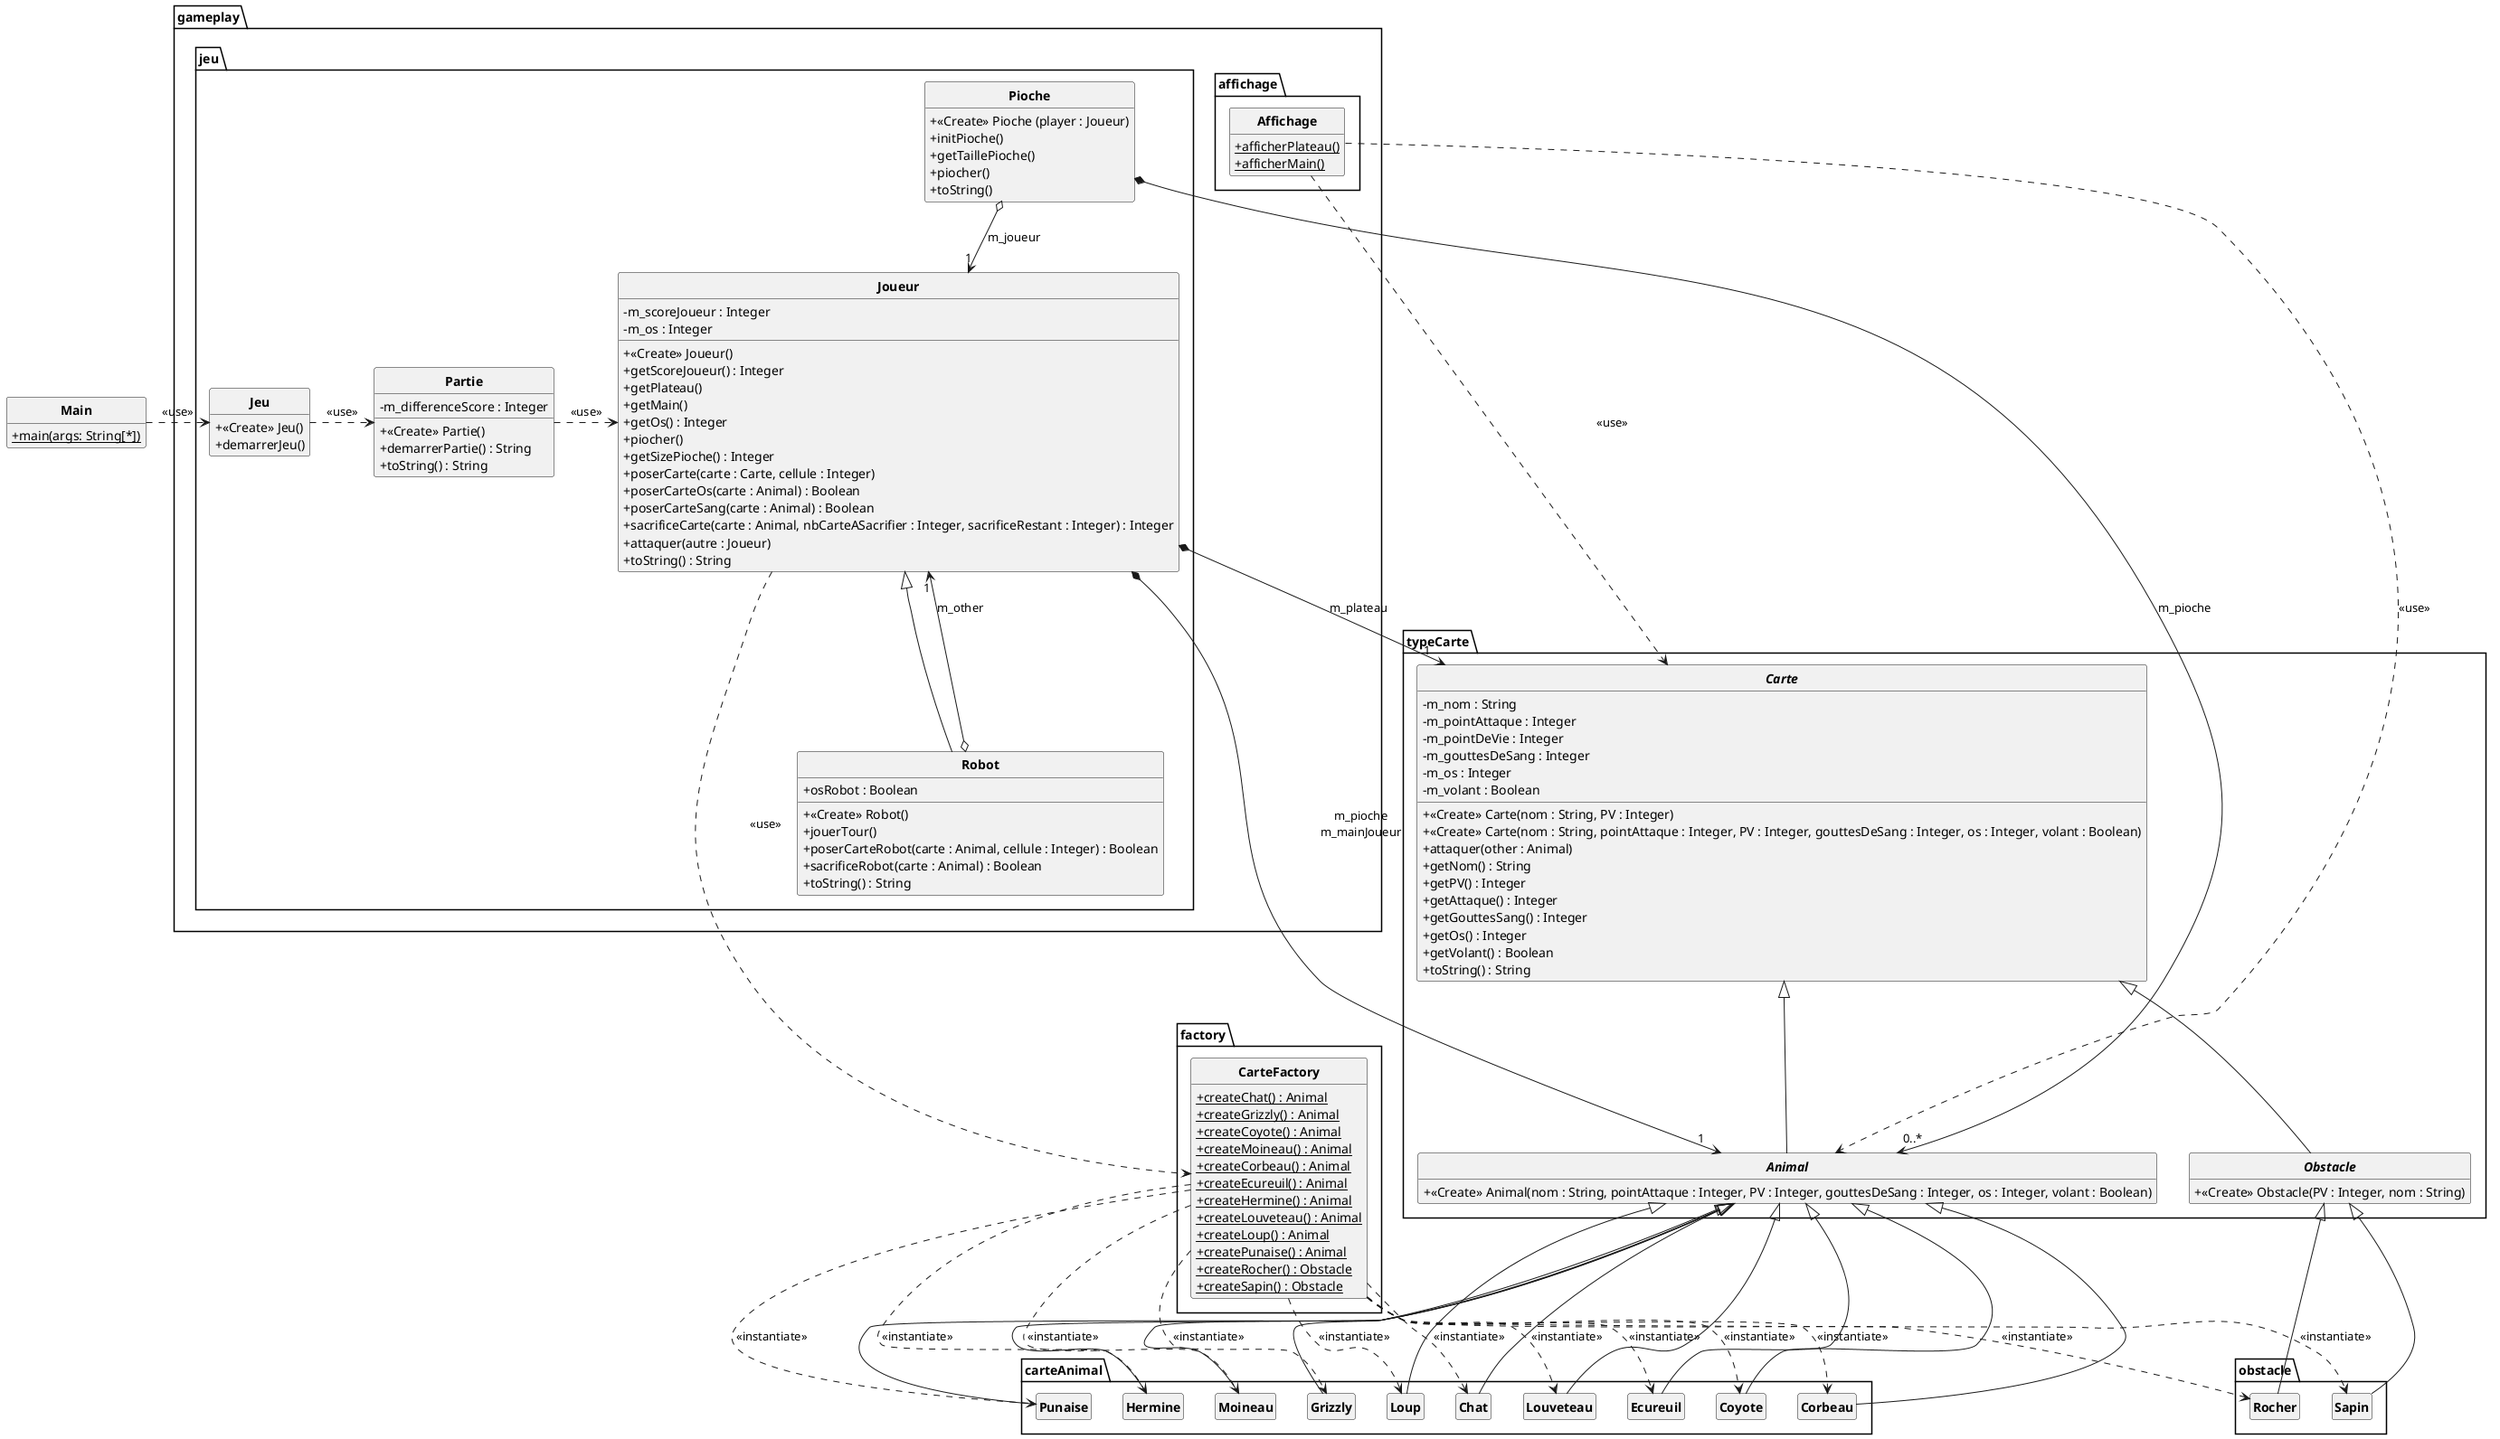
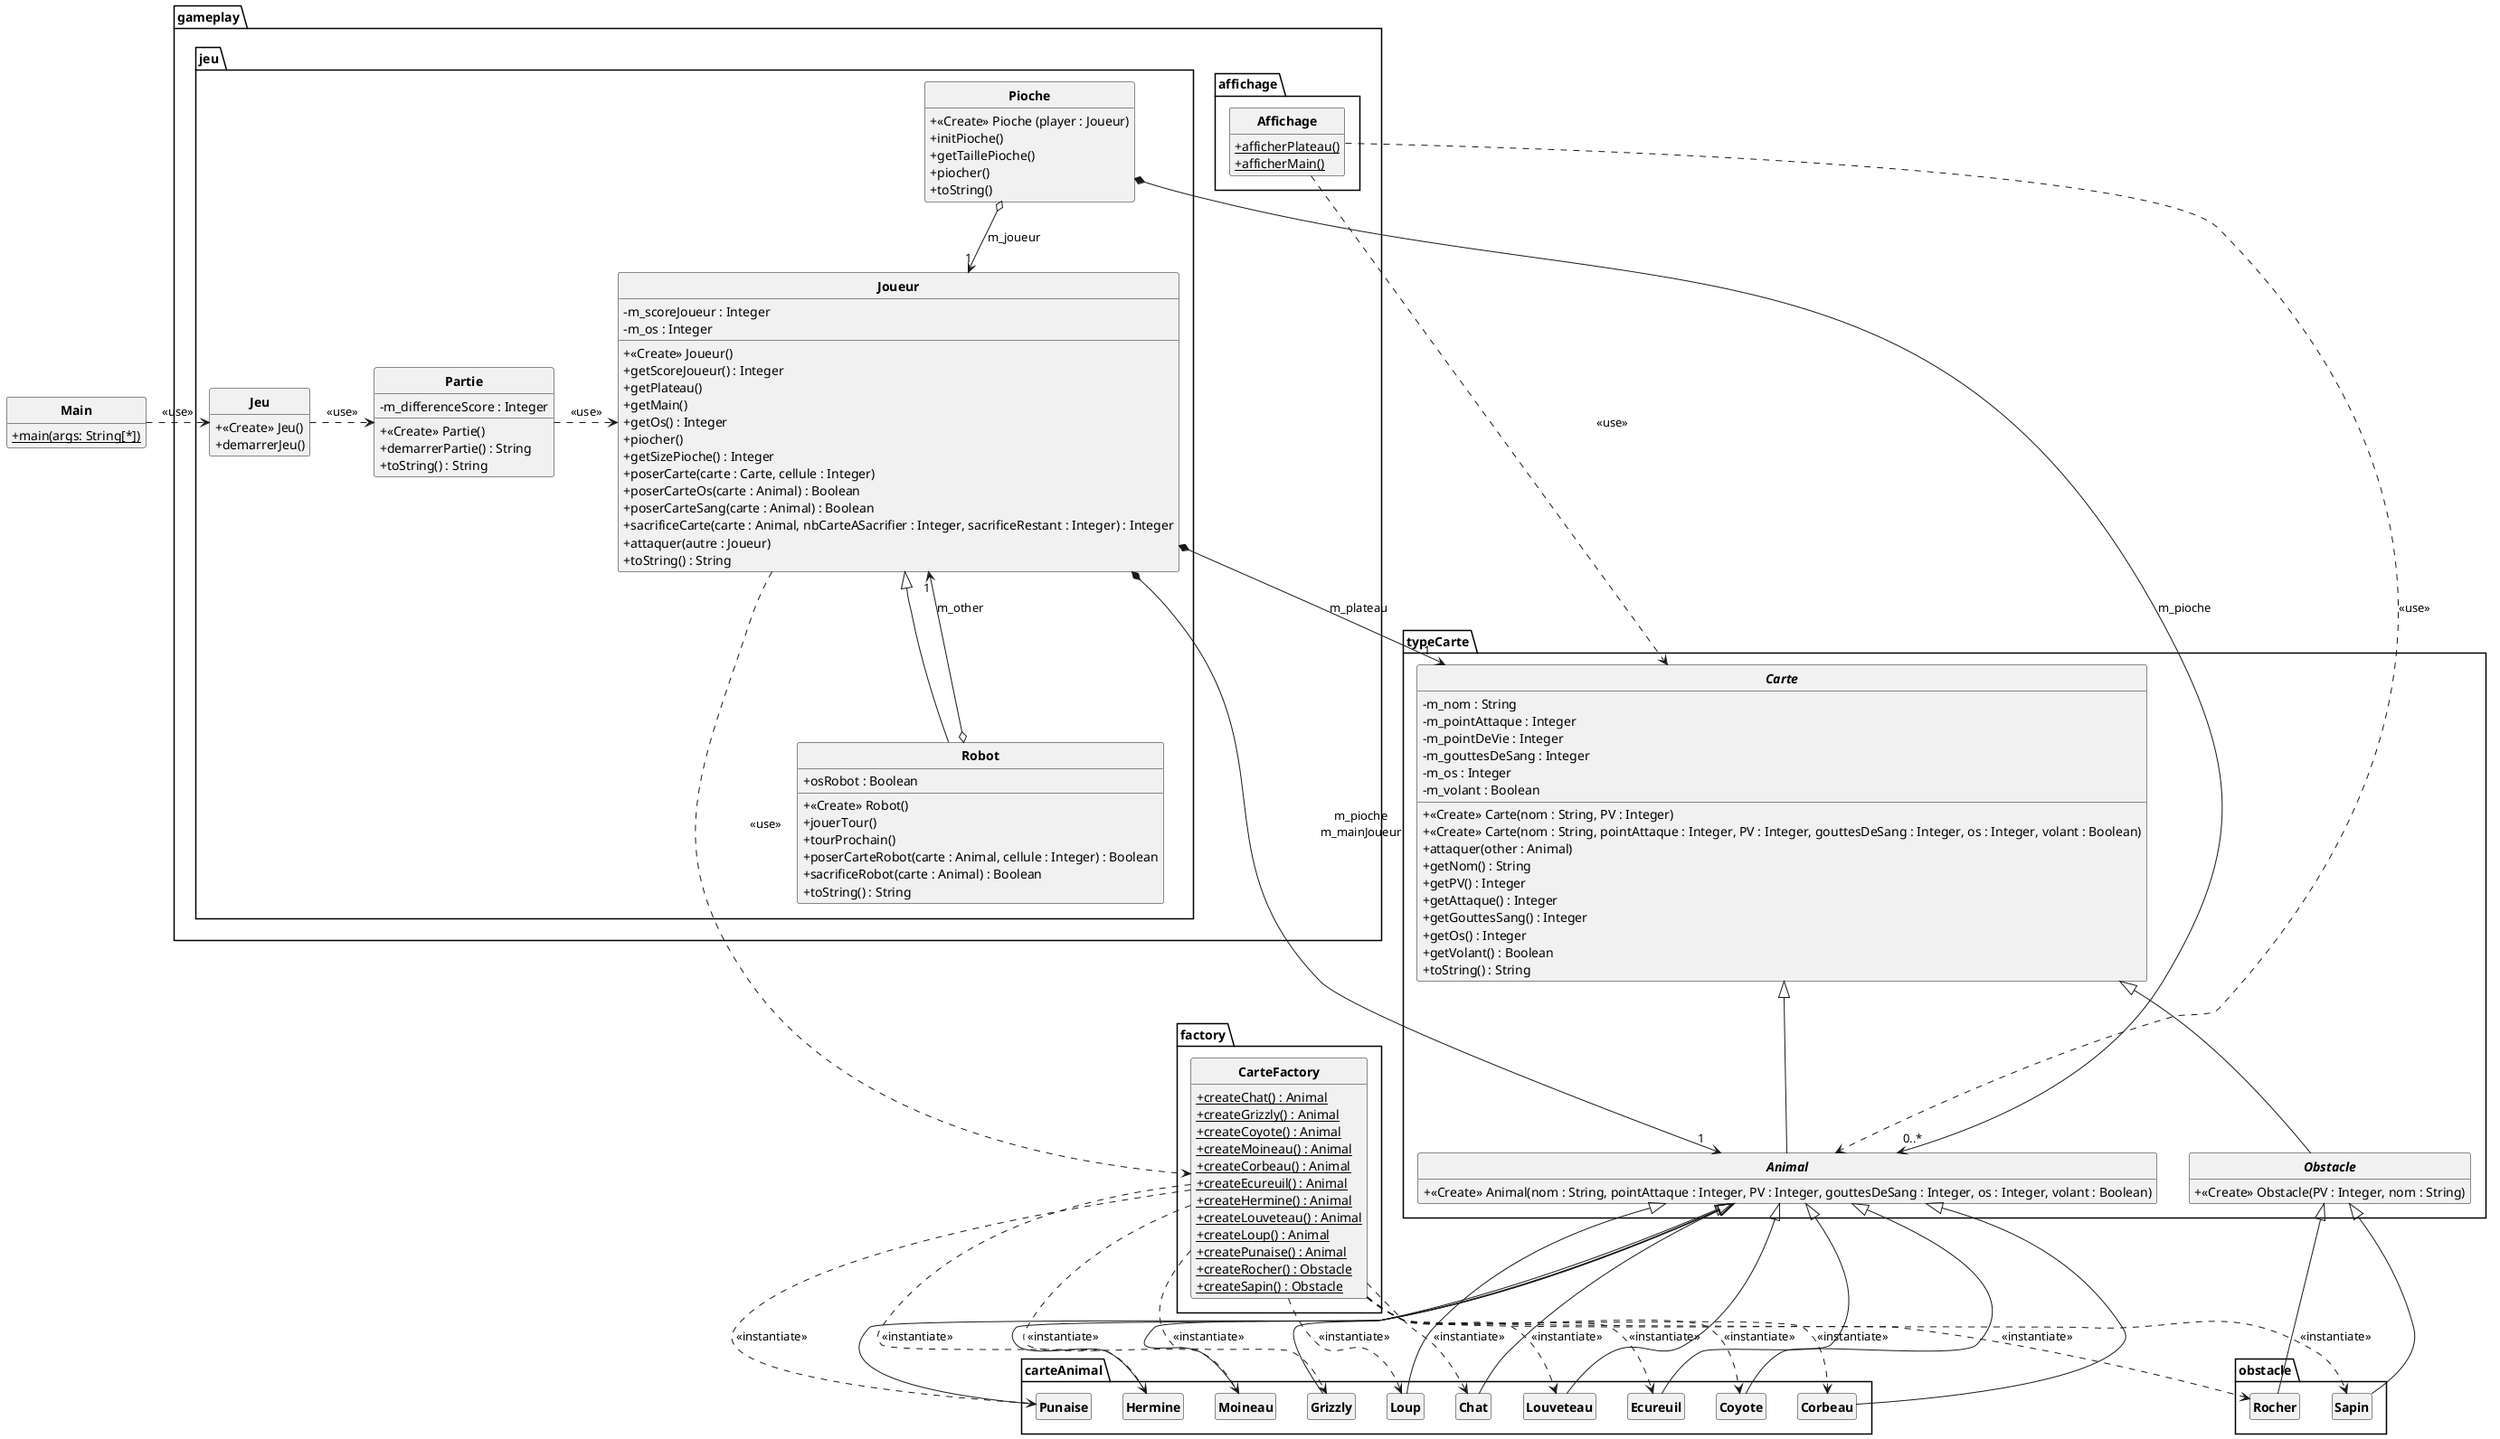
@startuml
skinparam classAttributeIconSize 0
skinparam classFontStyle Bold
skinparam style strictuml
hide empty members

class Main{
  +{static} main(args: String[*])
}

package typeCarte{
    abstract class Carte{
        - m_nom : String
        - m_pointAttaque : Integer
        - m_pointDeVie : Integer
        - m_gouttesDeSang : Integer
        - m_os : Integer
        - m_volant : Boolean
        + <<Create>> Carte(nom : String, PV : Integer)
        + <<Create>> Carte(nom : String, pointAttaque : Integer, PV : Integer, gouttesDeSang : Integer, os : Integer, volant : Boolean)
        + attaquer(other : Animal)
        + getNom() : String
        + getPV() : Integer
        + getAttaque() : Integer
        + getGouttesSang() : Integer
        + getOs() : Integer
        + getVolant() : Boolean
        + toString() : String
    }
    abstract class Animal extends Carte{
        +<<Create>> Animal(nom : String, pointAttaque : Integer, PV : Integer, gouttesDeSang : Integer, os : Integer, volant : Boolean)
    }
    abstract class Obstacle extends Carte{
        + <<Create>> Obstacle(PV : Integer, nom : String)
    }
}

package carteAnimal{
    class Chat extends typeCarte.Animal
    class Corbeau extends typeCarte.Animal
    class Coyote extends typeCarte.Animal
    class Ecureuil extends typeCarte.Animal
    class Grizzly extends typeCarte.Animal
    class Hermine extends typeCarte.Animal
    class Loup extends typeCarte.Animal
    class Louveteau extends typeCarte.Animal
    class Moineau extends typeCarte.Animal
    class Punaise extends typeCarte.Animal
}

package obstacle{
    class Rocher extends typeCarte.Obstacle
    class Sapin extends typeCarte.Obstacle
}

package factory{
    class CarteFactory{
        +{static} createChat() : Animal
        +{static} createGrizzly() : Animal
        +{static} createCoyote() : Animal
        +{static} createMoineau() : Animal
        +{static} createCorbeau() : Animal
        +{static} createEcureuil() : Animal
        +{static} createHermine() : Animal
        +{static} createLouveteau() : Animal
        +{static} createLoup() : Animal
        +{static} createPunaise() : Animal
        +{static} createRocher() : Obstacle
        +{static} createSapin() : Obstacle
    }
}

package gameplay{
    package jeu{
        class Jeu {
            + <<Create>> Jeu()
            + demarrerJeu()
        }

        class Partie{
            -m_differenceScore : Integer
            +<<Create>> Partie()
            + demarrerPartie() : String
            + toString() : String
        }

        class Joueur{
            - m_scoreJoueur : Integer
            - m_os : Integer
            +<<Create>> Joueur()
            + getScoreJoueur() : Integer
            + getPlateau()
            + getMain()
            + getOs() : Integer
            + piocher()
            + getSizePioche() : Integer
            + poserCarte(carte : Carte, cellule : Integer)
            + poserCarteOs(carte : Animal) : Boolean
            + poserCarteSang(carte : Animal) : Boolean
            + sacrificeCarte(carte : Animal, nbCarteASacrifier : Integer, sacrificeRestant : Integer) : Integer
            + attaquer(autre : Joueur)
            + toString() : String
        }

        class Robot extends Joueur{
            +<<Create>> Robot()
            + jouerTour()
+             + tourProchain()
            + poserCarteRobot(carte : Animal, cellule : Integer) : Boolean
            + osRobot : Boolean
            + sacrificeRobot(carte : Animal) : Boolean
            + toString() : String
        }


        class Pioche{
            +<<Create>> Pioche (player : Joueur)
            + initPioche()
            + getTaillePioche()
            + piocher()
            + toString()
        }

    }

    package affichage{
        class Affichage{
            +{static} afficherPlateau()
            +{static} afficherMain()
        }

    }
}

Main .> gameplay.jeu.Jeu : <<use>>
gameplay.jeu.Joueur ..> factory.CarteFactory : <<use>>

CarteFactory ..> carteAnimal.Chat : <<instantiate>>
CarteFactory ..> carteAnimal.Grizzly : <<instantiate>>
CarteFactory ..> carteAnimal.Coyote : <<instantiate>>
CarteFactory ..> carteAnimal.Moineau : <<instantiate>>
CarteFactory ..> carteAnimal.Corbeau : <<instantiate>>
CarteFactory ..> carteAnimal.Ecureuil : <<instantiate>>
CarteFactory ..> carteAnimal.Hermine : <<instantiate>>
CarteFactory ..> carteAnimal.Louveteau : <<instantiate>>
CarteFactory ..> carteAnimal.Loup : <<instantiate>>
CarteFactory ..> carteAnimal.Punaise : <<instantiate>>
CarteFactory ..> obstacle.Rocher : <<instantiate>>
CarteFactory ..> obstacle.Sapin : <<instantiate>>

Jeu .> Partie : <<use>>
Partie .> Joueur : <<use>>

Affichage .> typeCarte.Carte : "<<use>>"
Affichage .> typeCarte.Animal : "<<use>>"

Robot o--> "1" Joueur : m_other

Joueur *--> "1" typeCarte.Animal : m_pioche\nm_mainJoueur
Joueur *--> "1" typeCarte.Carte : m_plateau

Pioche *--> "0..*" Animal : m_pioche
Pioche o--> "1" Joueur : m_joueur

@enduml